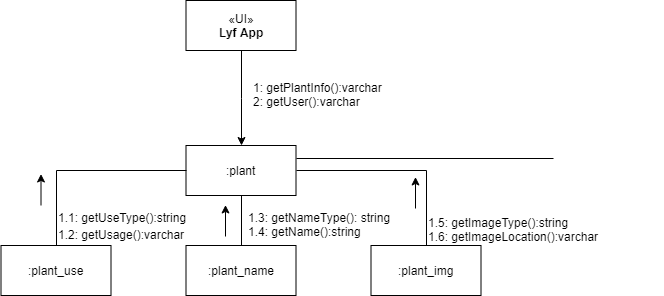
The draw.io diagram Documentations/Diagrams/9-Communication Diagram/Lyf App/Plant/Plant.png in seans888/project--lyf, before a commit. Source tidied: cells renumbered, new cells last; positions are measured from the earlier drawing's top-left corner, leaving out a move shared by most shapes. Its diagram source:
```xml
<mxGraphModel>
  <root>
    <mxCell id="0" />
    <mxCell id="1" parent="0" />
    <mxCell id="2" style="edgeStyle=orthogonalEdgeStyle;rounded=0;jettySize=auto;html=1;exitX=0.5;exitY=1;exitDx=0;exitDy=0;" parent="1" edge="1" source="3" target="5">
      <mxGeometry relative="1" as="geometry" />
    </mxCell>
    <mxCell id="3" value="«UI»&lt;br&gt;&lt;b&gt;Lyf App&lt;/b&gt;&lt;br&gt;" style="html=1;" parent="1" vertex="1">
      <mxGeometry x="184.5" width="110" height="50" as="geometry" />
    </mxCell>
    <mxCell id="4" style="group;" parent="1" vertex="1">
      <mxGeometry x="-0.5" y="75" width="662.5" height="220" as="geometry" />
    </mxCell>
    <mxCell id="5" value=":plant" style="html=1;" parent="4" vertex="1">
      <mxGeometry x="185" y="70" width="110" height="50" as="geometry" />
    </mxCell>
    <mxCell id="6" style="edgeStyle=orthogonalEdgeStyle;rounded=0;jettySize=auto;html=1;exitX=0.5;exitY=0;exitDx=0;exitDy=0;entryX=0.5;entryY=1;entryDx=0;entryDy=0;endArrow=none;endFill=0;" parent="4" edge="1" source="7" target="5">
      <mxGeometry relative="1" as="geometry" />
    </mxCell>
    <mxCell id="7" value=":plant_name" style="html=1;" parent="4" vertex="1">
      <mxGeometry x="185" y="170" width="110" height="50" as="geometry" />
    </mxCell>
    <mxCell id="8" style="edgeStyle=orthogonalEdgeStyle;rounded=0;jettySize=auto;html=1;exitX=0.5;exitY=0;exitDx=0;exitDy=0;entryX=0;entryY=0.5;entryDx=0;entryDy=0;endArrow=none;endFill=0;" parent="4" edge="1" source="9" target="5">
      <mxGeometry relative="1" as="geometry" />
    </mxCell>
    <mxCell id="9" value=":plant_use&lt;br&gt;" style="html=1;" parent="4" vertex="1">
      <mxGeometry y="170" width="110" height="50" as="geometry" />
    </mxCell>
    <mxCell id="10" style="edgeStyle=orthogonalEdgeStyle;rounded=0;jettySize=auto;html=1;exitX=0.5;exitY=0;exitDx=0;exitDy=0;entryX=1;entryY=0.5;entryDx=0;entryDy=0;endArrow=none;endFill=0;" parent="4" edge="1" source="11" target="5">
      <mxGeometry relative="1" as="geometry" />
    </mxCell>
    <mxCell id="11" value=":plant_img&lt;br&gt;" style="html=1;" parent="4" vertex="1">
      <mxGeometry x="370" y="170" width="110" height="50" as="geometry" />
    </mxCell>
    <mxCell id="12" value="1.1: getUseType():string" style="text;html=1;align=left;verticalAlign=top;spacingTop=-4;" parent="4" vertex="1">
      <mxGeometry x="55" y="133" width="140" height="20" as="geometry" />
    </mxCell>
    <mxCell id="13" value="1.2: getUsage():varchar" style="text;html=1;align=left;verticalAlign=top;spacingTop=-4;" parent="4" vertex="1">
      <mxGeometry x="55" y="150" width="140" height="20" as="geometry" />
    </mxCell>
    <mxCell id="14" value="1.3: getNameType(): string&lt;br&gt;1.4: getName():string&lt;br&gt;" style="text;html=1;align=left;verticalAlign=top;spacingTop=-4;" parent="4" vertex="1">
      <mxGeometry x="245" y="133" width="160" height="30" as="geometry" />
    </mxCell>
    <mxCell id="15" value="1.5: getImageType():string&lt;br&gt;1.6: getImageLocation():varchar&lt;br&gt;" style="text;html=1;align=left;verticalAlign=top;spacingTop=-4;" parent="4" vertex="1">
      <mxGeometry x="425" y="138" width="190" height="30" as="geometry" />
    </mxCell>
    <mxCell id="16" style="endArrow=classic;html=1;" parent="4" edge="1">
      <mxGeometry relative="1" as="geometry">
        <mxPoint x="40" y="130" as="sourcePoint" />
        <mxPoint x="40" y="98.5" as="targetPoint" />
      </mxGeometry>
    </mxCell>
    <mxCell id="17" style="endArrow=classic;html=1;" parent="4" edge="1">
      <mxGeometry relative="1" as="geometry">
        <mxPoint x="224.5" y="161" as="sourcePoint" />
        <mxPoint x="224.5" y="129.5" as="targetPoint" />
      </mxGeometry>
    </mxCell>
    <mxCell id="18" style="endArrow=classic;html=1;" parent="4" edge="1">
      <mxGeometry relative="1" as="geometry">
        <mxPoint x="414.5" y="133" as="sourcePoint" />
        <mxPoint x="414.5" y="101.5" as="targetPoint" />
      </mxGeometry>
    </mxCell>
    <mxCell id="19" style="edgeStyle=orthogonalEdgeStyle;rounded=0;jettySize=auto;html=1;exitX=0;exitY=0.5;exitDx=0;exitDy=0;entryX=1;entryY=0.25;entryDx=0;entryDy=0;endArrow=none;endFill=0;" parent="4" edge="1" target="5">
      <mxGeometry relative="1" as="geometry">
        <mxPoint x="552.5" y="83" as="sourcePoint" />
      </mxGeometry>
    </mxCell>
    <mxCell id="20" value="1: getPlantInfo():varchar&lt;br&gt;2: getUser():varchar&lt;br&gt;" style="text;html=1;align=left;verticalAlign=top;spacingTop=-4;" parent="1" vertex="1">
      <mxGeometry x="250" y="78" width="140" height="30" as="geometry" />
    </mxCell>
  </root>
</mxGraphModel>
```
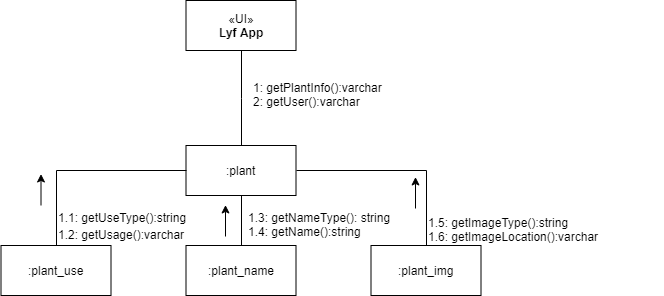
After the change.

What changed in the source:
```diff
@@ -2,7 +2,7 @@
   <root>
     <mxCell id="0" />
     <mxCell id="1" parent="0" />
-    <mxCell id="2" style="edgeStyle=orthogonalEdgeStyle;rounded=0;jettySize=auto;html=1;exitX=0.5;exitY=1;exitDx=0;exitDy=0;" parent="1" edge="1" source="3" target="5">
+    <mxCell id="2" style="edgeStyle=orthogonalEdgeStyle;rounded=0;jettySize=auto;html=1;exitX=0.5;exitY=1;exitDx=0;exitDy=0;endArrow=none;endFill=0;" parent="1" edge="1" source="3" target="5">
       <mxGeometry relative="1" as="geometry" />
     </mxCell>
     <mxCell id="3" value="«UI»&lt;br&gt;&lt;b&gt;Lyf App&lt;/b&gt;&lt;br&gt;" style="html=1;" parent="1" vertex="1">
@@ -62,11 +62,6 @@
         <mxPoint x="414.5" y="101.5" as="targetPoint" />
       </mxGeometry>
     </mxCell>
-    <mxCell id="19" style="edgeStyle=orthogonalEdgeStyle;rounded=0;jettySize=auto;html=1;exitX=0;exitY=0.5;exitDx=0;exitDy=0;entryX=1;entryY=0.25;entryDx=0;entryDy=0;endArrow=none;endFill=0;" parent="4" edge="1" target="5">
-      <mxGeometry relative="1" as="geometry">
-        <mxPoint x="552.5" y="83" as="sourcePoint" />
-      </mxGeometry>
-    </mxCell>
     <mxCell id="20" value="1: getPlantInfo():varchar&lt;br&gt;2: getUser():varchar&lt;br&gt;" style="text;html=1;align=left;verticalAlign=top;spacingTop=-4;" parent="1" vertex="1">
       <mxGeometry x="250" y="78" width="140" height="30" as="geometry" />
     </mxCell>
```
